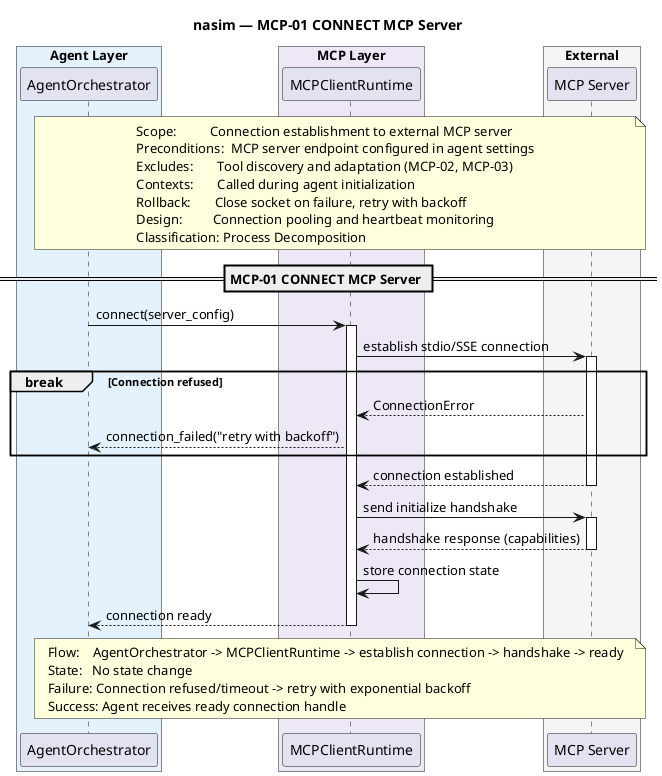
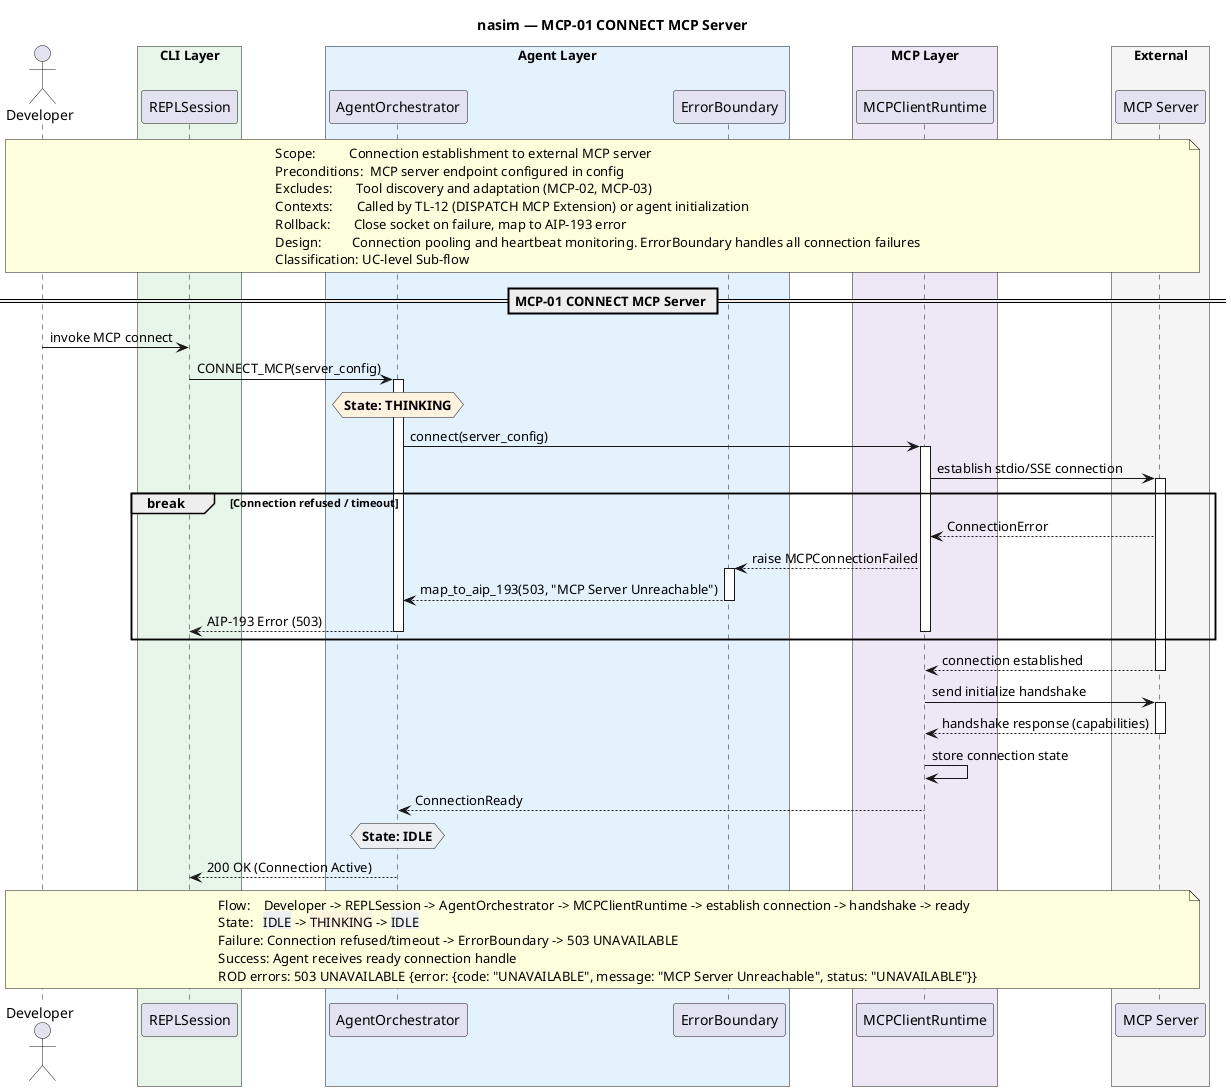
@startuml sq_mcp01_connect_mcp_server
' ============================================================
' Title:     MCP-01 — CONNECT MCP Server
' Boundary:  nasim code agent
' Purpose:   Connect to external MCP server via stdio/SSE
' Milestone: v1.0
- ' Version:   2.0.0
+ ' Version:   3.0.0
' Source:    docs/UC/README.md
- ' Review:    docs/SQ/README.md
+ ' Review:    Meta-Software Designer audit 2026-06-21
' ============================================================

title nasim — MCP-01 CONNECT MCP Server

+ actor "Developer" as user
+ 
+ box "CLI Layer" #E8F5E9
+   participant "REPLSession" as repl
+ end box
box "Agent Layer" #E3F2FD
  participant "AgentOrchestrator" as agent
+   participant "ErrorBoundary" as eb
end box
box "MCP Layer" #EDE7F6
  participant "MCPClientRuntime" as client
end box
box "External" #F5F5F5
  participant "MCP Server" as server
end box

- note over agent, server
+ note over user, server
  Scope:          Connection establishment to external MCP server
-   Preconditions:  MCP server endpoint configured in agent settings
+   Preconditions:  MCP server endpoint configured in config
  Excludes:       Tool discovery and adaptation (MCP-02, MCP-03)
-   Contexts:       Called during agent initialization
-   Rollback:       Close socket on failure, retry with backoff
-   Design:         Connection pooling and heartbeat monitoring
-   Classification: Process Decomposition
+   Contexts:       Called by TL-12 (DISPATCH MCP Extension) or agent initialization
+   Rollback:       Close socket on failure, map to AIP-193 error
+   Design:         Connection pooling and heartbeat monitoring. ErrorBoundary handles all connection failures
+   Classification: UC-level Sub-flow
end note

== MCP-01 CONNECT MCP Server ==
+ 
+ user -> repl : invoke MCP connect
+ repl -> agent : CONNECT_MCP(server_config)
+ activate agent
+ 
+ hnote over agent #FFF3E0 : **State: THINKING**

agent -> client : connect(server_config)
activate client

client -> server : establish stdio/SSE connection
activate server

- break Connection refused
+ break Connection refused / timeout
    server --> client : ConnectionError
-     client --> agent : connection_failed("retry with backoff")
+     client --> eb : raise MCPConnectionFailed
+     activate eb
+     eb --> agent : map_to_aip_193(503, "MCP Server Unreachable")
+     deactivate eb
+     agent --> repl : AIP-193 Error (503)
+     deactivate agent
+     deactivate client
end

server --> client : connection established
deactivate server

client -> server : send initialize handshake
activate server
server --> client : handshake response (capabilities)
deactivate server

client -> client : store connection state

- client --> agent : connection ready
+ client --> agent : ConnectionReady
deactivate client

- note over agent, server
-   Flow:    AgentOrchestrator -> MCPClientRuntime -> establish connection -> handshake -> ready
-   State:   No state change
-   Failure: Connection refused/timeout -> retry with exponential backoff
+ hnote over agent #ECEFF1 : **State: IDLE**
+ 
+ agent --> repl : 200 OK (Connection Active)
+ deactivate agent
+ 
+ note over user, server
+   Flow:    Developer -> REPLSession -> AgentOrchestrator -> MCPClientRuntime -> establish connection -> handshake -> ready
+   State:   <back:#ECEFF1>IDLE</back> -> <back:#FFF3E0>THINKING</back> -> <back:#ECEFF1>IDLE</back>
+   Failure: Connection refused/timeout -> ErrorBoundary -> 503 UNAVAILABLE
  Success: Agent receives ready connection handle
+   ROD errors: 503 UNAVAILABLE {error: {code: "UNAVAILABLE", message: "MCP Server Unreachable", status: "UNAVAILABLE"}}
end note

@enduml
